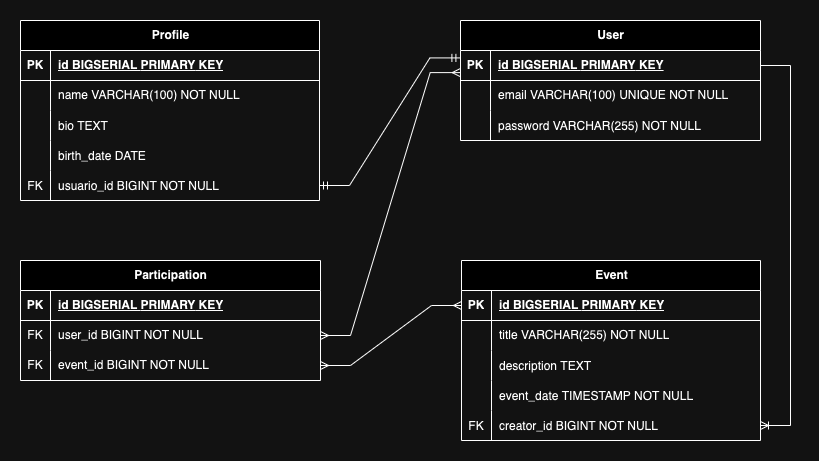
Above: MER/evently.png in devleo-m/evently (draw.io), before the change. Source tidied: cells renumbered, new cells last; positions are measured from the earlier drawing's top-left corner, leaving out a move shared by most shapes.
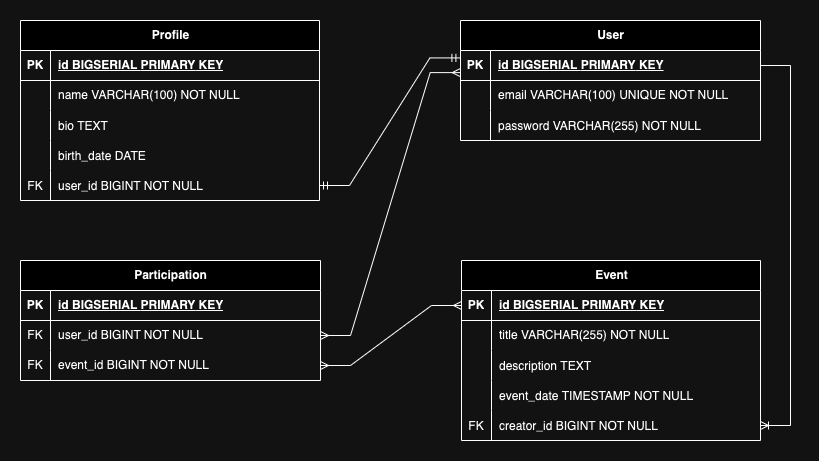
The same diagram one commit later.

Diff of the diagram source:
```diff
@@ -47,7 +47,7 @@
     <mxCell id="16" value="FK" style="shape=partialRectangle;fillColor=none;top=0;left=0;bottom=0;right=0;overflow=hidden;" parent="15" vertex="1">
       <mxGeometry width="30" height="30" as="geometry" />
     </mxCell>
-    <mxCell id="17" value="usuario_id BIGINT NOT NULL" style="shape=partialRectangle;fillColor=none;top=0;left=0;bottom=0;right=0;align=left;spacingLeft=6;overflow=hidden;" parent="15" vertex="1">
+    <mxCell id="17" value="user_id BIGINT NOT NULL" style="shape=partialRectangle;fillColor=none;top=0;left=0;bottom=0;right=0;align=left;spacingLeft=6;overflow=hidden;" parent="15" vertex="1">
       <mxGeometry x="30" width="269" height="30" as="geometry" />
     </mxCell>
     <mxCell id="18" value="Participation" style="shape=table;startSize=30;rowLines=0;fontStyle=1;align=center;html=1;" parent="1" vertex="1">
```
